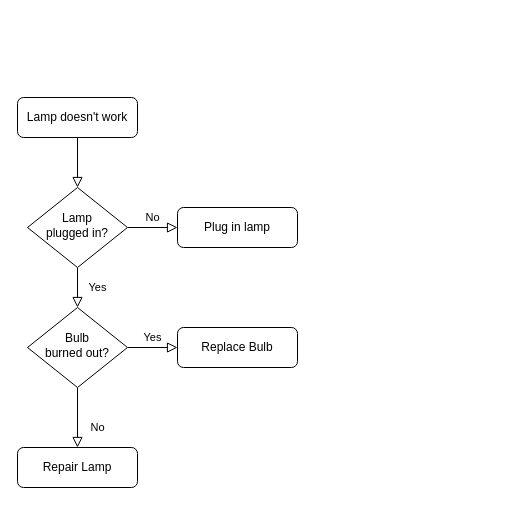
jks403/ppempl.org keeps this draw.io diagram as Untitled Diagram.drawio. Above is the earlier version. Source tidied: cells renumbered, new cells numbered last; positions are measured from the earlier drawing's top-left corner, leaving out a move shared by most shapes. Both pictures are drawn from the tidied source at 100%, with x=0, y=0 at pixel (17, 97).
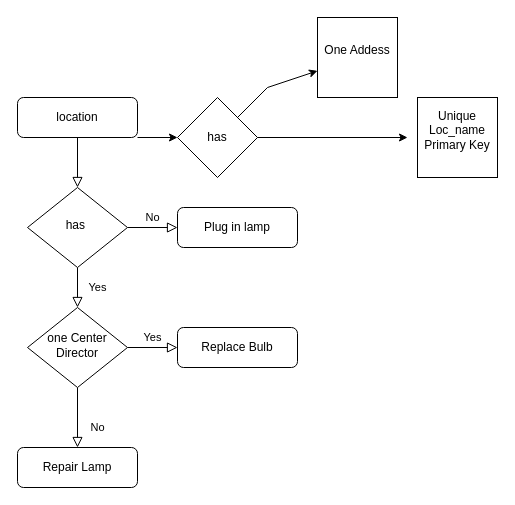
Above is the later version.

Commit message:
Location TAble

Diff of the diagram source:
```diff
@@
-    <mxCell id="3" value="Lamp doesn't work" style="rounded=1;whiteSpace=wrap;html=1;fontSize=12;glass=0;strokeWidth=1;shadow=0;" parent="1" vertex="1">
+    <mxCell id="3" value="location" style="rounded=1;whiteSpace=wrap;html=1;fontSize=12;glass=0;strokeWidth=1;shadow=0;" parent="1" vertex="1">
       <mxGeometry width="120" height="40" as="geometry" />
     </mxCell>
@@
-    <mxCell id="6" value="Lamp&lt;br&gt;plugged in?" style="rhombus;whiteSpace=wrap;html=1;shadow=0;fontFamily=Helvetica;fontSize=12;align=center;strokeWidth=1;spacing=6;spacingTop=-4;" parent="1" vertex="1">
+    <mxCell id="6" value="has&amp;nbsp;" style="rhombus;whiteSpace=wrap;html=1;shadow=0;fontFamily=Helvetica;fontSize=12;align=center;strokeWidth=1;spacing=6;spacingTop=-4;" parent="1" vertex="1">
       <mxGeometry x="10" y="90" width="100" height="80" as="geometry" />
     </mxCell>
@@
-    <mxCell id="10" value="Bulb&lt;br&gt;burned out?" style="rhombus;whiteSpace=wrap;html=1;shadow=0;fontFamily=Helvetica;fontSize=12;align=center;strokeWidth=1;spacing=6;spacingTop=-4;" parent="1" vertex="1">
+    <mxCell id="10" value="one Center Director" style="rhombus;whiteSpace=wrap;html=1;shadow=0;fontFamily=Helvetica;fontSize=12;align=center;strokeWidth=1;spacing=6;spacingTop=-4;" parent="1" vertex="1">
       <mxGeometry x="10" y="210" width="100" height="80" as="geometry" />
     </mxCell>
@@
+    <mxCell id="13" value="Unique Loc_name&lt;div&gt;Primary Key&lt;/div&gt;&lt;div&gt;&lt;br&gt;&lt;/div&gt;" style="whiteSpace=wrap;html=1;" parent="1" vertex="1">
+      <mxGeometry x="400" width="80" height="80" as="geometry" />
+    </mxCell>
+    <mxCell id="14" style="endArrow=classic;html=1;rounded=0;" parent="1" edge="1" target="15">
+      <mxGeometry relative="1" as="geometry">
+        <mxPoint x="120" y="40" as="sourcePoint" />
+      </mxGeometry>
+    </mxCell>
+    <mxCell id="15" value="has" style="rhombus;whiteSpace=wrap;html=1;" parent="1" vertex="1">
+      <mxGeometry x="160" width="80" height="80" as="geometry" />
+    </mxCell>
+    <mxCell id="16" style="endArrow=classic;html=1;rounded=0;" parent="1" edge="1">
+      <mxGeometry relative="1" as="geometry">
+        <mxPoint x="240" y="40" as="sourcePoint" />
+        <mxPoint x="390" y="40" as="targetPoint" />
+      </mxGeometry>
+    </mxCell>
+    <mxCell id="17" style="endArrow=classic;html=1;rounded=0;" parent="1" edge="1" target="18">
+      <mxGeometry relative="1" as="geometry">
+        <mxPoint x="220" y="20" as="sourcePoint" />
+        <Array as="points">
+          <mxPoint x="250" y="-10" />
+        </Array>
+      </mxGeometry>
+    </mxCell>
+    <mxCell id="18" value="One Addess&lt;div&gt;&lt;br&gt;&lt;/div&gt;" style="whiteSpace=wrap;html=1;" parent="1" vertex="1">
+      <mxGeometry x="300" y="-80" width="80" height="80" as="geometry" />
+    </mxCell>
```
